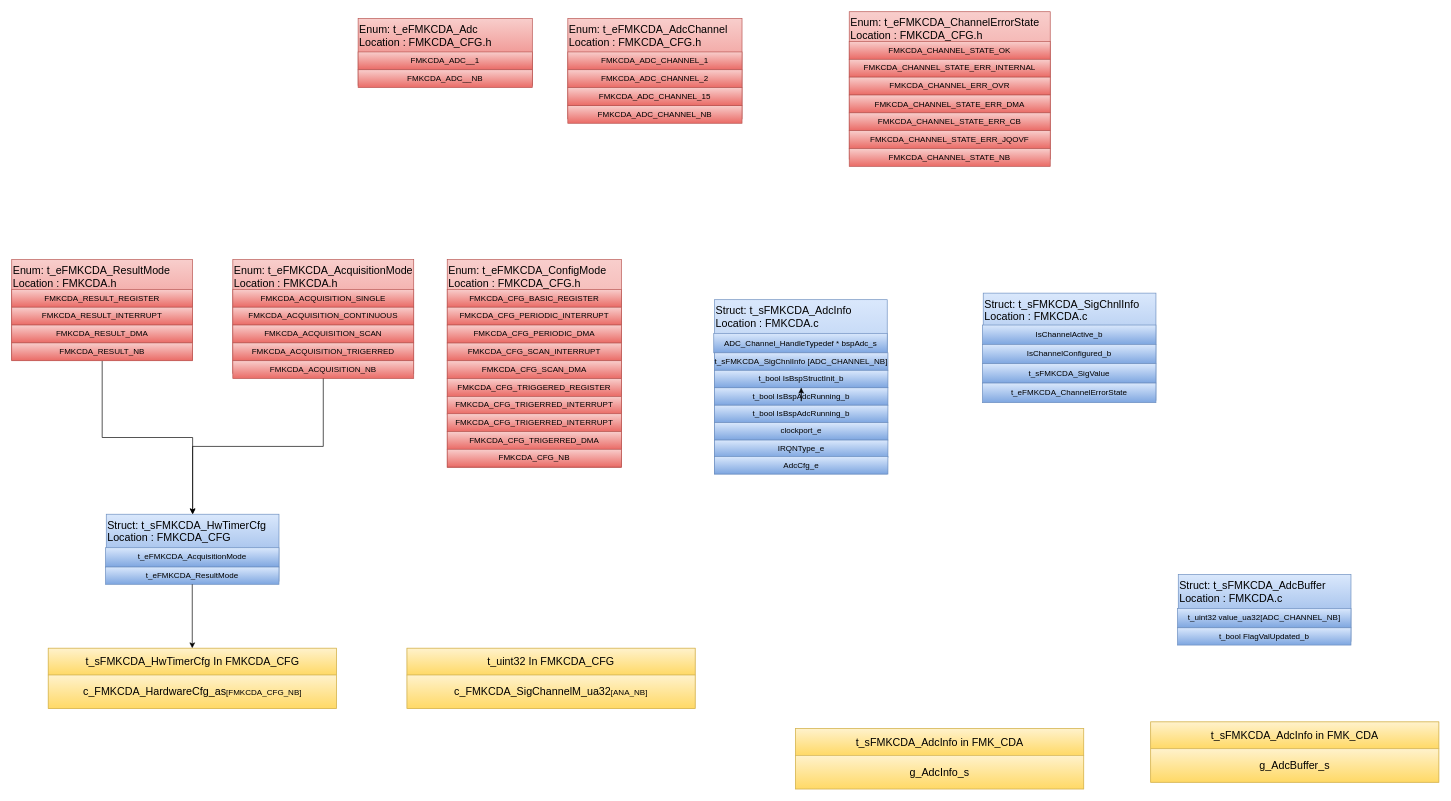
Before: page "Types" (1 of 8) of src/1_FMK/FMK_HAL/FMK_CDA/Doc/FMK_CDA.drawio in mbarbeau0545/Stm32PrjTpl, a draw.io diagram. Source tidied: cells renumbered, new cells numbered last; positions are measured from the earlier drawing's top-left corner, leaving out a move shared by most shapes. Both pictures are drawn from the tidied source at 67%, with x=0, y=0 at pixel (11, 11).
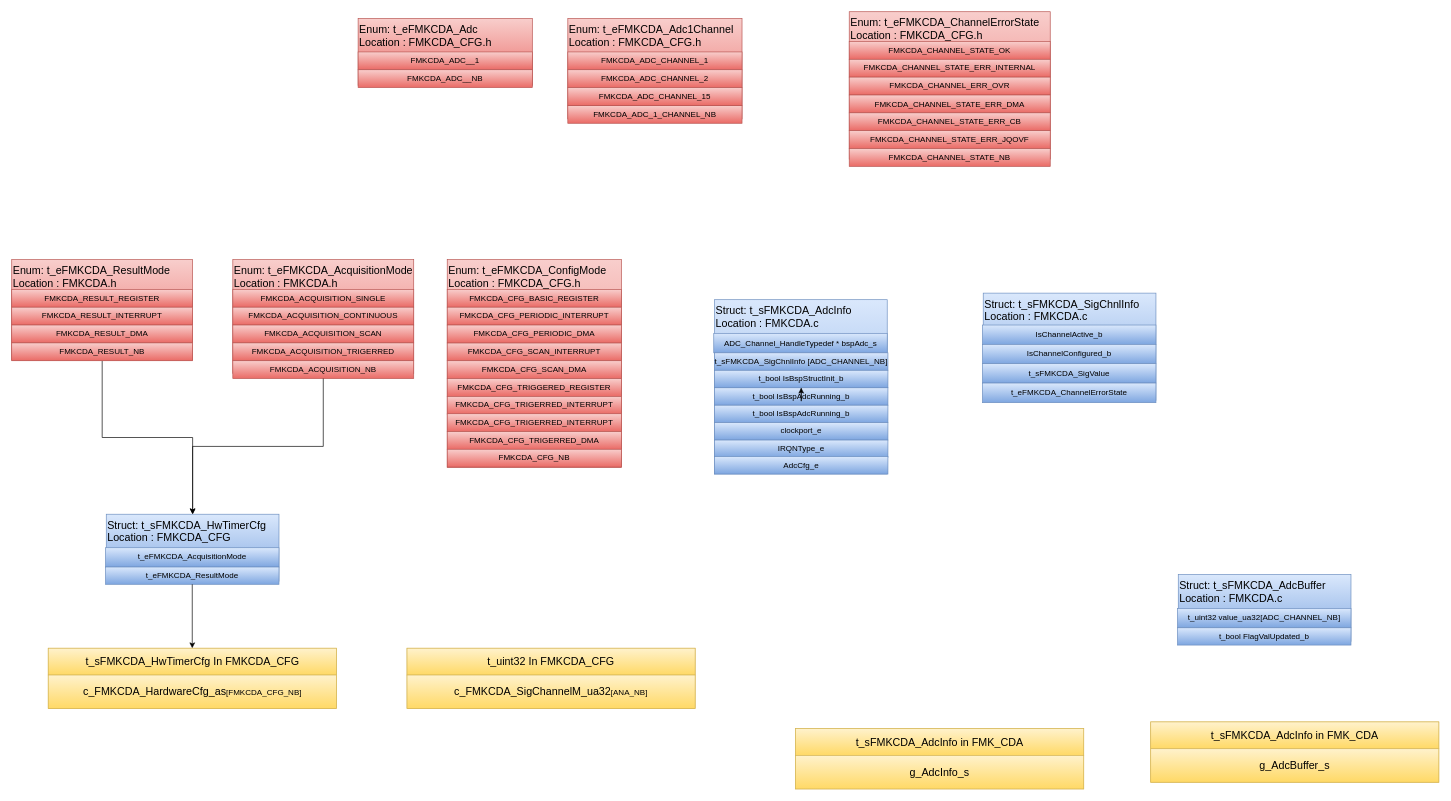
Above is the later version.

Unchanged cells that the change refers to:
```xml
<mxCell id="54" style="group;" parent="1" vertex="1">
  <mxGeometry x="830" y="10" width="260" height="156.5" as="geometry" />
</mxCell>
```

The edit, as a diff of the source:
```diff
@@
-    <mxCell id="55" value="&lt;span style=&quot;color: rgb(0, 0, 0); text-wrap: nowrap;&quot;&gt;Enum: t_eFMKCDA_AdcChannel&lt;/span&gt;&lt;div&gt;&lt;span style=&quot;color: rgb(0, 0, 0); text-wrap: nowrap;&quot;&gt;Location : FMKCDA_CFG.h&lt;/span&gt;&lt;/div&gt;" style="rounded=0;whiteSpace=wrap;html=1;verticalAlign=top;fillColor=#f8cecc;gradientColor=#ea6b66;strokeColor=#b85450;fontSize=16;align=left;" parent="54" vertex="1">
+    <mxCell id="55" value="&lt;span style=&quot;color: rgb(0, 0, 0); text-wrap: nowrap;&quot;&gt;Enum: t_eFMKCDA_Adc1Channel&lt;/span&gt;&lt;div&gt;&lt;span style=&quot;color: rgb(0, 0, 0); text-wrap: nowrap;&quot;&gt;Location : FMKCDA_CFG.h&lt;/span&gt;&lt;/div&gt;" style="rounded=0;whiteSpace=wrap;html=1;verticalAlign=top;fillColor=#f8cecc;gradientColor=#ea6b66;strokeColor=#b85450;fontSize=16;align=left;" parent="54" vertex="1">
       <mxGeometry width="260" height="150" as="geometry" />
     </mxCell>
@@
-    <mxCell id="58" value="FMKCDA_ADC_CHANNEL_NB" style="rounded=0;whiteSpace=wrap;html=1;fillColor=#f8cecc;gradientColor=#ea6b66;strokeColor=#b85450;fontColor=#000000;" parent="54" vertex="1">
+    <mxCell id="58" value="FMKCDA_ADC_1_CHANNEL_NB" style="rounded=0;whiteSpace=wrap;html=1;fillColor=#f8cecc;gradientColor=#ea6b66;strokeColor=#b85450;fontColor=#000000;" parent="54" vertex="1">
       <mxGeometry y="129.9" width="260" height="26.6" as="geometry" />
     </mxCell>
```
